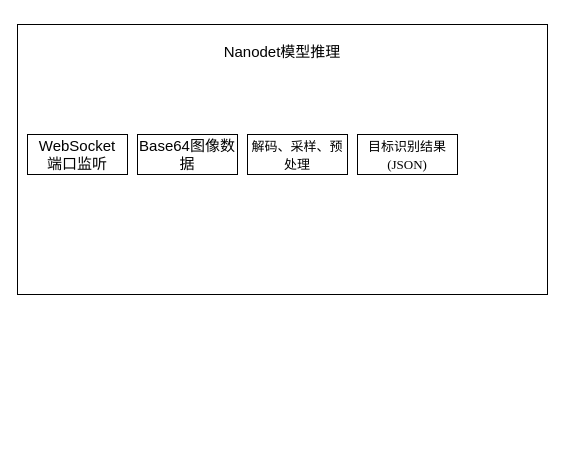
Before: page "服务器端架构图" (2 of 15) of Untitled Diagram.drawio in lz-tc/lz-tc.github.io, a draw.io diagram. Source tidied: cells renumbered, new cells numbered last; positions are measured from the earlier drawing's top-left corner, leaving out a move shared by most shapes. Both pictures are drawn from the tidied source at 100%, with x=0, y=0 at pixel (17, 24).
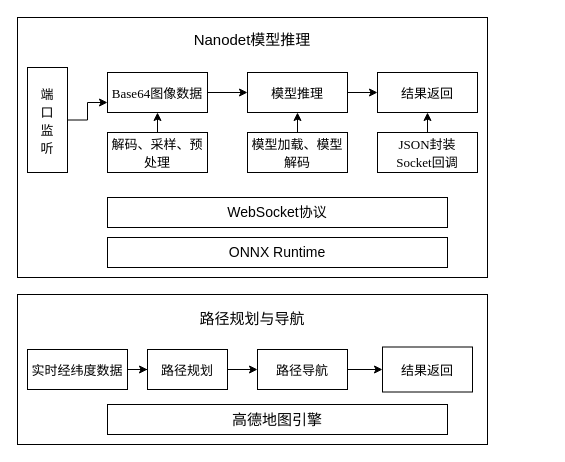
After the change.

Change to the diagram source:
```diff
@@
     <mxCell id="2" value="&lt;font face=&quot;songti&quot;&gt;&lt;font style=&quot;font-size: 15px&quot;&gt;Nanodet模型推理&lt;/font&gt;&lt;br&gt;&lt;br&gt;&lt;br&gt;&lt;br&gt;&lt;br&gt;&lt;br&gt;&lt;br&gt;&lt;br&gt;&lt;br&gt;&lt;br&gt;&lt;br&gt;&lt;br&gt;&lt;br&gt;&lt;br&gt;&lt;br&gt;&lt;br&gt;&lt;/font&gt;" style="rounded=0;whiteSpace=wrap;html=1;" parent="1" vertex="1">
-      <mxGeometry width="530" height="270" as="geometry" />
+      <mxGeometry y="-7" width="470" height="260" as="geometry" />
     </mxCell>
-    <mxCell id="3" value="WebSocket&lt;br&gt;端口监听" style="rounded=0;whiteSpace=wrap;html=1;fontFamily=songti;fontSize=15;" parent="1" vertex="1">
-      <mxGeometry x="10" y="110" width="100" height="40" as="geometry" />
+    <mxCell id="3" value="WebSocket协议" style="rounded=0;whiteSpace=wrap;html=1;fontFamily=songti;fontSize=14;" parent="1" vertex="1">
+      <mxGeometry x="90" y="173" width="340" height="30" as="geometry" />
     </mxCell>
-    <mxCell id="4" value="Base64图像数据" style="rounded=0;whiteSpace=wrap;html=1;fontFamily=songti;fontSize=15;" parent="1" vertex="1">
-      <mxGeometry x="120" y="110" width="100" height="40" as="geometry" />
-    </mxCell>
+    <mxCell id="7" style="edgeStyle=orthogonalEdgeStyle;rounded=0;jettySize=auto;html=1;exitX=0.5;exitY=0;exitDx=0;exitDy=0;entryX=0.5;entryY=1;entryDx=0;entryDy=0;fontSize=14;" parent="1" edge="1" source="5" target="4">
+      <mxGeometry relative="1" as="geometry" />
+    </mxCell>
     <mxCell id="5" value="&lt;span style=&quot;font-family: &amp;#34;times new roman&amp;#34; ; font-size: 13px&quot;&gt;解码、采样、预处理&lt;/span&gt;" style="rounded=0;whiteSpace=wrap;html=1;fontFamily=songti;fontSize=15;" parent="1" vertex="1">
-      <mxGeometry x="230" y="110" width="100" height="40" as="geometry" />
+      <mxGeometry x="90" y="108" width="100" height="40" as="geometry" />
     </mxCell>
-    <mxCell id="6" value="&lt;span style=&quot;font-family: &amp;#34;times new roman&amp;#34; ; font-size: 13px&quot;&gt;目标识别结果(JSON)&lt;/span&gt;" style="rounded=0;whiteSpace=wrap;html=1;fontFamily=songti;fontSize=15;" parent="1" vertex="1">
-      <mxGeometry x="340" y="110" width="100" height="40" as="geometry" />
+    <mxCell id="6" value="&lt;span style=&quot;font-family: &amp;#34;times new roman&amp;#34; ; font-size: 13px&quot;&gt;结果返回&lt;/span&gt;" style="rounded=0;whiteSpace=wrap;html=1;fontFamily=songti;fontSize=15;" parent="1" vertex="1">
+      <mxGeometry x="360" y="48" width="100" height="40" as="geometry" />
     </mxCell>
+    <mxCell id="8" value="ONNX Runtime" style="rounded=0;whiteSpace=wrap;html=1;fontFamily=songti;fontSize=14;" parent="1" vertex="1">
+      <mxGeometry x="90" y="213" width="340" height="30" as="geometry" />
+    </mxCell>
+    <mxCell id="9" style="edgeStyle=orthogonalEdgeStyle;rounded=0;jettySize=auto;html=1;exitX=1;exitY=0.5;exitDx=0;exitDy=0;entryX=0;entryY=0.75;entryDx=0;entryDy=0;fontSize=14;" parent="1" edge="1" source="10" target="4">
+      <mxGeometry relative="1" as="geometry" />
+    </mxCell>
+    <mxCell id="10" value="&lt;font face=&quot;times new roman&quot;&gt;&lt;span style=&quot;font-size: 13px&quot;&gt;端&lt;br&gt;口&lt;br&gt;监&lt;br&gt;听&lt;/span&gt;&lt;/font&gt;" style="rounded=0;whiteSpace=wrap;html=1;fontFamily=songti;fontSize=15;" parent="1" vertex="1">
+      <mxGeometry x="10" y="43" width="40" height="105" as="geometry" />
+    </mxCell>
+    <mxCell id="11" style="edgeStyle=orthogonalEdgeStyle;rounded=0;jettySize=auto;html=1;exitX=1;exitY=0.5;exitDx=0;exitDy=0;fontSize=14;" parent="1" edge="1" source="4" target="13">
+      <mxGeometry relative="1" as="geometry" />
+    </mxCell>
+    <mxCell id="4" value="&lt;span style=&quot;font-family: &amp;#34;times new roman&amp;#34; ; font-size: 13px&quot;&gt;Base64图像数据&lt;/span&gt;" style="rounded=0;whiteSpace=wrap;html=1;fontFamily=songti;fontSize=15;" parent="1" vertex="1">
+      <mxGeometry x="90" y="48" width="100" height="40" as="geometry" />
+    </mxCell>
+    <mxCell id="12" style="edgeStyle=orthogonalEdgeStyle;rounded=0;jettySize=auto;html=1;exitX=1;exitY=0.5;exitDx=0;exitDy=0;entryX=0;entryY=0.5;entryDx=0;entryDy=0;fontSize=14;" parent="1" edge="1" source="13" target="6">
+      <mxGeometry relative="1" as="geometry" />
+    </mxCell>
+    <mxCell id="13" value="&lt;span style=&quot;font-family: &amp;#34;times new roman&amp;#34; ; font-size: 13px&quot;&gt;模型推理&lt;/span&gt;" style="rounded=0;whiteSpace=wrap;html=1;fontFamily=songti;fontSize=15;" parent="1" vertex="1">
+      <mxGeometry x="230" y="48" width="100" height="40" as="geometry" />
+    </mxCell>
+    <mxCell id="14" style="edgeStyle=orthogonalEdgeStyle;rounded=0;jettySize=auto;html=1;exitX=0.5;exitY=0;exitDx=0;exitDy=0;entryX=0.5;entryY=1;entryDx=0;entryDy=0;fontSize=14;" parent="1" edge="1" source="15" target="13">
+      <mxGeometry relative="1" as="geometry" />
+    </mxCell>
+    <mxCell id="15" value="&lt;span style=&quot;font-family: &amp;#34;times new roman&amp;#34; ; font-size: 13px&quot;&gt;模型加载、模型解码&lt;/span&gt;" style="rounded=0;whiteSpace=wrap;html=1;fontFamily=songti;fontSize=15;" parent="1" vertex="1">
+      <mxGeometry x="230" y="108" width="100" height="40" as="geometry" />
+    </mxCell>
+    <mxCell id="16" style="edgeStyle=orthogonalEdgeStyle;rounded=0;jettySize=auto;html=1;exitX=0.5;exitY=0;exitDx=0;exitDy=0;entryX=0.5;entryY=1;entryDx=0;entryDy=0;fontSize=14;" parent="1" edge="1" source="17" target="6">
+      <mxGeometry relative="1" as="geometry" />
+    </mxCell>
+    <mxCell id="17" value="&lt;span style=&quot;font-family: &amp;#34;times new roman&amp;#34; ; font-size: 13px&quot;&gt;JSON封装&lt;br&gt;Socket回调&lt;/span&gt;" style="rounded=0;whiteSpace=wrap;html=1;fontFamily=songti;fontSize=15;" parent="1" vertex="1">
+      <mxGeometry x="360" y="108" width="100" height="40" as="geometry" />
+    </mxCell>
+    <mxCell id="18" value="&lt;font face=&quot;songti&quot;&gt;&lt;span style=&quot;font-size: 15px&quot;&gt;路径规划与导航&lt;/span&gt;&lt;br&gt;&lt;br&gt;&lt;br&gt;&lt;br&gt;&lt;br&gt;&lt;br&gt;&lt;br&gt;&lt;br&gt;&lt;/font&gt;" style="rounded=0;whiteSpace=wrap;html=1;" parent="1" vertex="1">
+      <mxGeometry y="270" width="470" height="150" as="geometry" />
+    </mxCell>
+    <mxCell id="19" style="edgeStyle=orthogonalEdgeStyle;rounded=0;jettySize=auto;html=1;exitX=1;exitY=0.5;exitDx=0;exitDy=0;entryX=0;entryY=0.5;entryDx=0;entryDy=0;fontSize=15;" parent="1" edge="1" source="20" target="26">
+      <mxGeometry relative="1" as="geometry" />
+    </mxCell>
+    <mxCell id="20" value="&lt;span style=&quot;font-family: &amp;#34;times new roman&amp;#34; ; font-size: 13px&quot;&gt;路径导航&lt;/span&gt;" style="rounded=0;whiteSpace=wrap;html=1;fontFamily=songti;fontSize=15;" parent="1" vertex="1">
+      <mxGeometry x="240" y="325" width="90" height="40" as="geometry" />
+    </mxCell>
+    <mxCell id="21" value="&lt;font style=&quot;font-size: 15px&quot;&gt;高德地图引擎&lt;/font&gt;" style="rounded=0;whiteSpace=wrap;html=1;fontFamily=songti;fontSize=14;" parent="1" vertex="1">
+      <mxGeometry x="90" y="380" width="340" height="30" as="geometry" />
+    </mxCell>
+    <mxCell id="22" style="edgeStyle=orthogonalEdgeStyle;rounded=0;jettySize=auto;html=1;exitX=1;exitY=0.5;exitDx=0;exitDy=0;fontSize=14;" parent="1" edge="1" source="23" target="25">
+      <mxGeometry relative="1" as="geometry" />
+    </mxCell>
+    <mxCell id="23" value="&lt;span style=&quot;font-family: &amp;#34;times new roman&amp;#34; ; font-size: 13px&quot;&gt;实时经纬度数据&lt;/span&gt;" style="rounded=0;whiteSpace=wrap;html=1;fontFamily=songti;fontSize=15;" parent="1" vertex="1">
+      <mxGeometry x="10" y="325" width="100" height="40" as="geometry" />
+    </mxCell>
+    <mxCell id="24" style="edgeStyle=orthogonalEdgeStyle;rounded=0;jettySize=auto;html=1;exitX=1;exitY=0.5;exitDx=0;exitDy=0;entryX=0;entryY=0.5;entryDx=0;entryDy=0;fontSize=14;" parent="1" edge="1" source="25" target="20">
+      <mxGeometry relative="1" as="geometry" />
+    </mxCell>
+    <mxCell id="25" value="&lt;span style=&quot;font-family: &amp;#34;times new roman&amp;#34; ; font-size: 13px&quot;&gt;路径规划&lt;/span&gt;" style="rounded=0;whiteSpace=wrap;html=1;fontFamily=songti;fontSize=15;" parent="1" vertex="1">
+      <mxGeometry x="130" y="325" width="80" height="40" as="geometry" />
+    </mxCell>
+    <mxCell id="26" value="&lt;font face=&quot;times new roman&quot;&gt;&lt;span style=&quot;font-size: 13px&quot;&gt;结果返回&lt;/span&gt;&lt;/font&gt;" style="rounded=0;whiteSpace=wrap;html=1;fontFamily=songti;fontSize=15;" parent="1" vertex="1">
+      <mxGeometry x="365" y="322.5" width="90" height="45" as="geometry" />
+    </mxCell>
```
